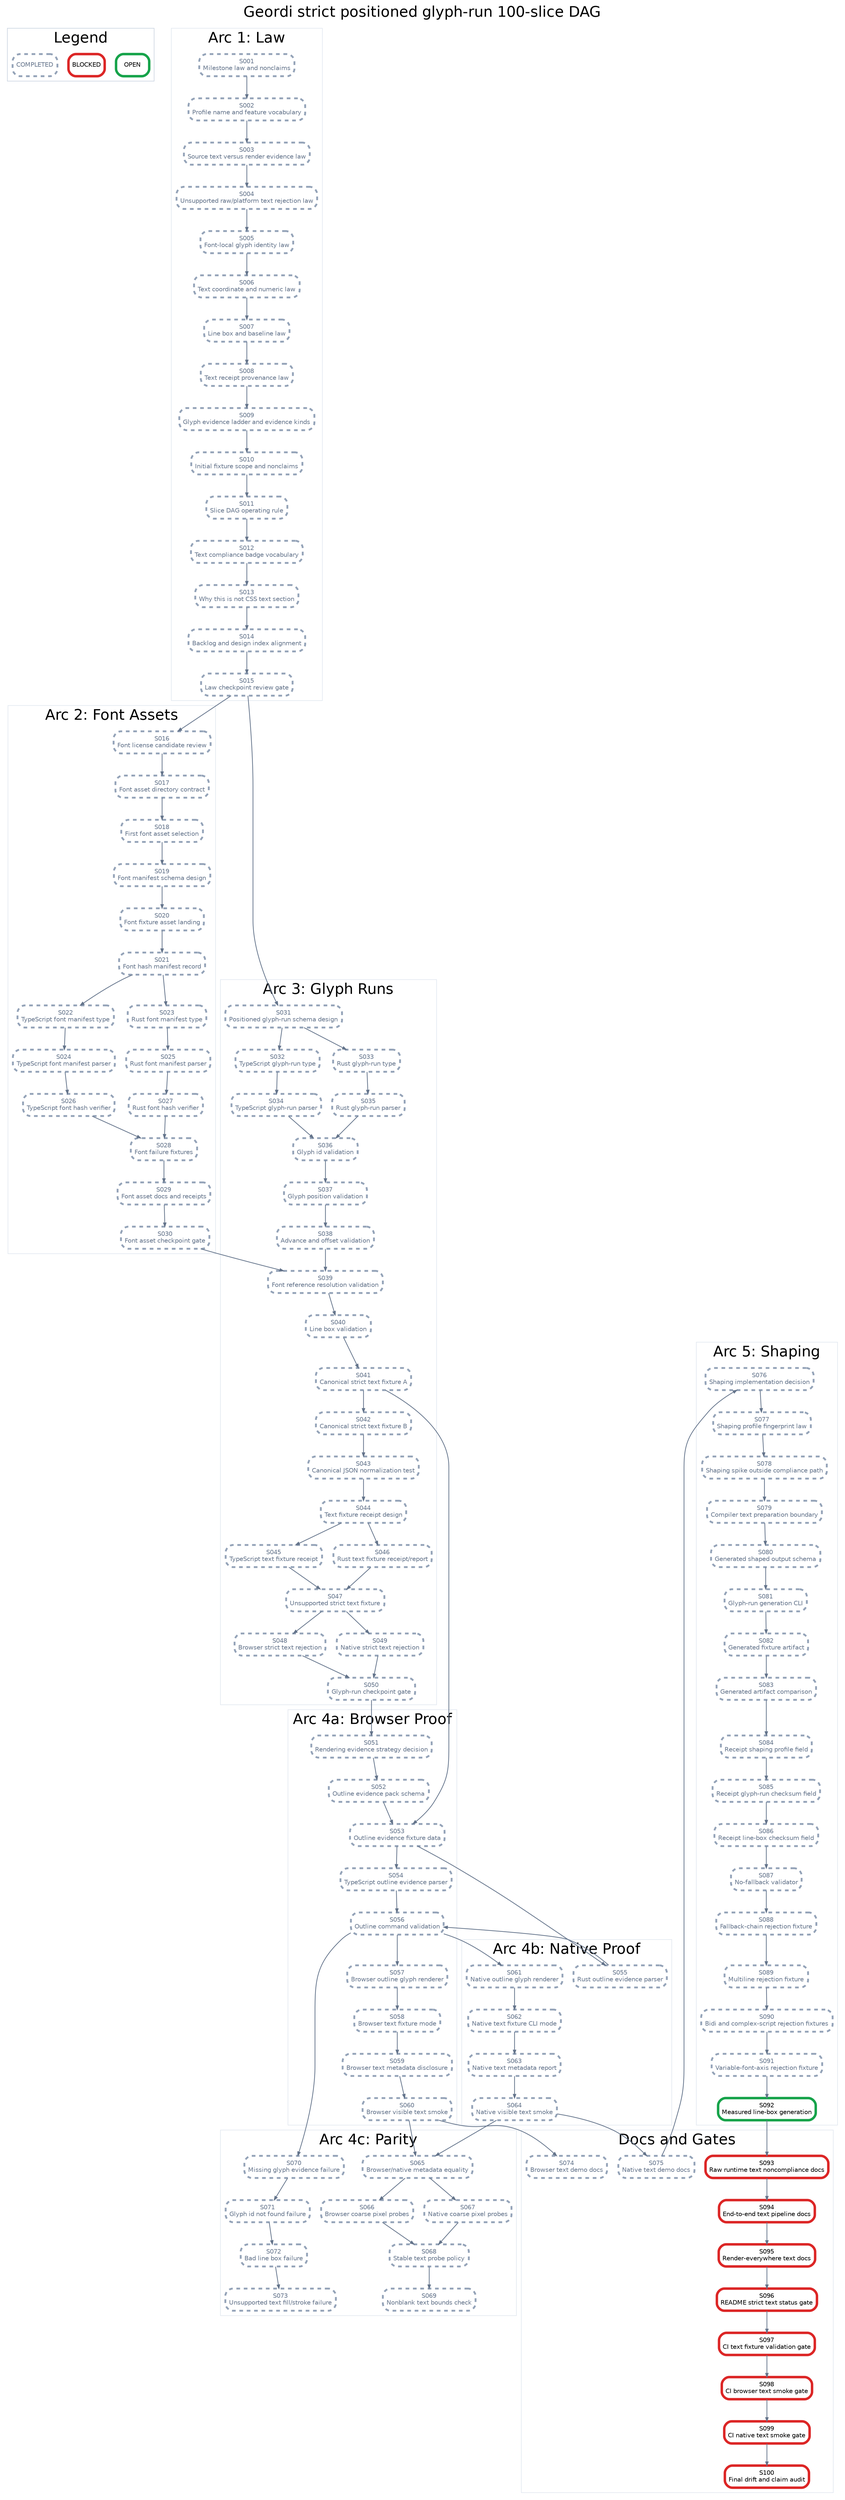
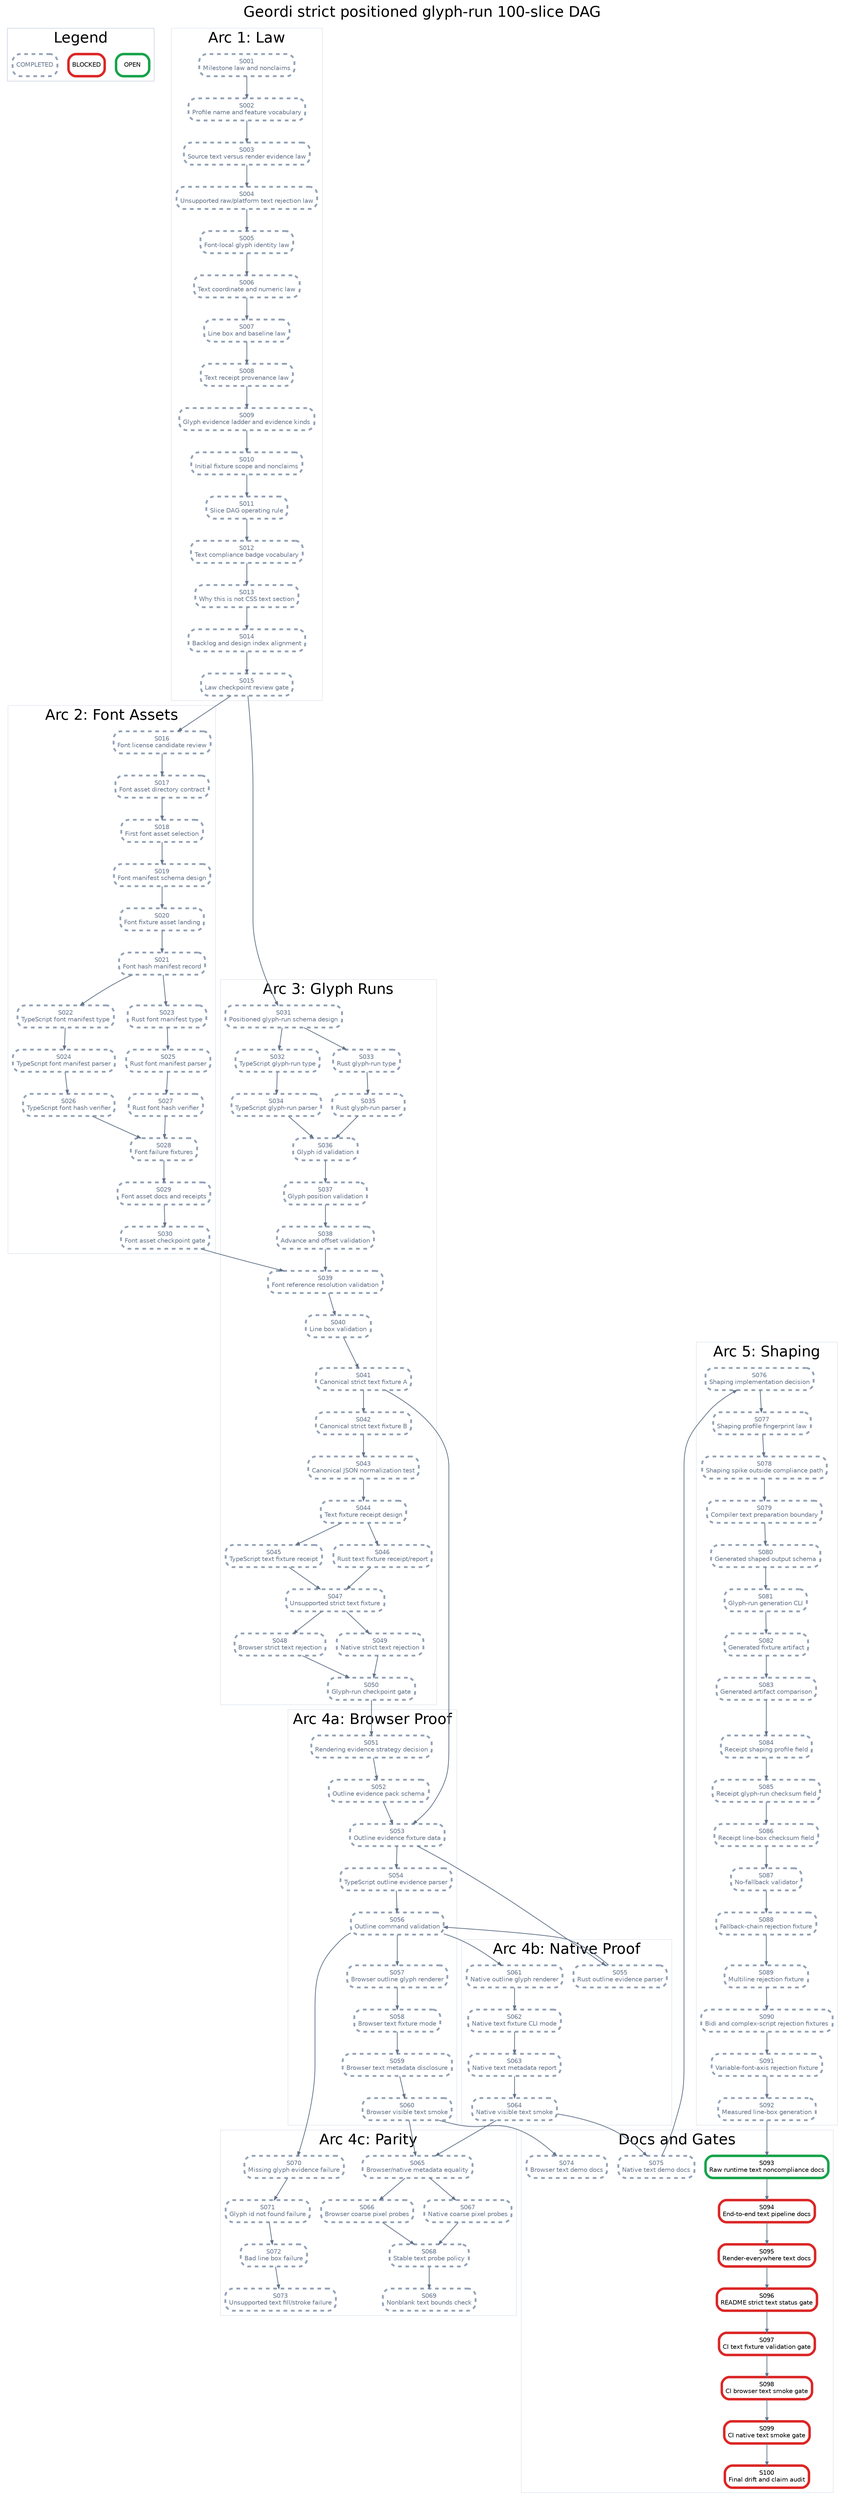
digraph StrictPositionedGlyphRunPlan {
  graph [rankdir=TB, bgcolor="white", fontname="Helvetica", label="Geordi strict positioned glyph-run 100-slice DAG", labelloc="t", fontsize=24];
  node [shape=box, style="rounded,filled", fillcolor="white", fontname="Helvetica", fontsize=10, margin="0.08,0.05"];
  edge [color="#64748b", arrowsize=0.6, penwidth=1.2];

  subgraph cluster_legend {
    label="Legend";
    color="#cbd5e1";
    legend_open [label="OPEN", color="#16a34a", penwidth=4];
    legend_blocked [label="BLOCKED", color="#dc2626", penwidth=4];
    legend_done [label="COMPLETED", color="#94a3b8", penwidth=3, style="rounded,filled,dashed", fontcolor="#64748b"];
  }

  subgraph cluster_law {
    label="Arc 1: Law";
    color="#e2e8f0";
    S001 [label="S001\nMilestone law and nonclaims", color="#94a3b8", penwidth=3, style="rounded,filled,dashed", fontcolor="#64748b"];
    S002 [label="S002\nProfile name and feature vocabulary", color="#94a3b8", penwidth=3, style="rounded,filled,dashed", fontcolor="#64748b"];
    S003 [label="S003\nSource text versus render evidence law", color="#94a3b8", penwidth=3, style="rounded,filled,dashed", fontcolor="#64748b"];
    S004 [label="S004\nUnsupported raw/platform text rejection law", color="#94a3b8", penwidth=3, style="rounded,filled,dashed", fontcolor="#64748b"];
    S005 [label="S005\nFont-local glyph identity law", color="#94a3b8", penwidth=3, style="rounded,filled,dashed", fontcolor="#64748b"];
    S006 [label="S006\nText coordinate and numeric law", color="#94a3b8", penwidth=3, style="rounded,filled,dashed", fontcolor="#64748b"];
    S007 [label="S007\nLine box and baseline law", color="#94a3b8", penwidth=3, style="rounded,filled,dashed", fontcolor="#64748b"];
    S008 [label="S008\nText receipt provenance law", color="#94a3b8", penwidth=3, style="rounded,filled,dashed", fontcolor="#64748b"];
    S009 [label="S009\nGlyph evidence ladder and evidence kinds", color="#94a3b8", penwidth=3, style="rounded,filled,dashed", fontcolor="#64748b"];
    S010 [label="S010\nInitial fixture scope and nonclaims", color="#94a3b8", penwidth=3, style="rounded,filled,dashed", fontcolor="#64748b"];
    S011 [label="S011\nSlice DAG operating rule", color="#94a3b8", penwidth=3, style="rounded,filled,dashed", fontcolor="#64748b"];
    S012 [label="S012\nText compliance badge vocabulary", color="#94a3b8", penwidth=3, style="rounded,filled,dashed", fontcolor="#64748b"];
    S013 [label="S013\nWhy this is not CSS text section", color="#94a3b8", penwidth=3, style="rounded,filled,dashed", fontcolor="#64748b"];
    S014 [label="S014\nBacklog and design index alignment", color="#94a3b8", penwidth=3, style="rounded,filled,dashed", fontcolor="#64748b"];
    S015 [label="S015\nLaw checkpoint review gate", color="#94a3b8", penwidth=3, style="rounded,filled,dashed", fontcolor="#64748b"];
  }

  subgraph cluster_assets {
    label="Arc 2: Font Assets";
    color="#e2e8f0";
    S016 [label="S016\nFont license candidate review", color="#94a3b8", penwidth=3, style="rounded,filled,dashed", fontcolor="#64748b"];
    S017 [label="S017\nFont asset directory contract", color="#94a3b8", penwidth=3, style="rounded,filled,dashed", fontcolor="#64748b"];
    S018 [label="S018\nFirst font asset selection", color="#94a3b8", penwidth=3, style="rounded,filled,dashed", fontcolor="#64748b"];
    S019 [label="S019\nFont manifest schema design", color="#94a3b8", penwidth=3, style="rounded,filled,dashed", fontcolor="#64748b"];
    S020 [label="S020\nFont fixture asset landing", color="#94a3b8", penwidth=3, style="rounded,filled,dashed", fontcolor="#64748b"];
    S021 [label="S021\nFont hash manifest record", color="#94a3b8", penwidth=3, style="rounded,filled,dashed", fontcolor="#64748b"];
    S022 [label="S022\nTypeScript font manifest type", color="#94a3b8", penwidth=3, style="rounded,filled,dashed", fontcolor="#64748b"];
    S023 [label="S023\nRust font manifest type", color="#94a3b8", penwidth=3, style="rounded,filled,dashed", fontcolor="#64748b"];
    S024 [label="S024\nTypeScript font manifest parser", color="#94a3b8", penwidth=3, style="rounded,filled,dashed", fontcolor="#64748b"];
    S025 [label="S025\nRust font manifest parser", color="#94a3b8", penwidth=3, style="rounded,filled,dashed", fontcolor="#64748b"];
    S026 [label="S026\nTypeScript font hash verifier", color="#94a3b8", penwidth=3, style="rounded,filled,dashed", fontcolor="#64748b"];
    S027 [label="S027\nRust font hash verifier", color="#94a3b8", penwidth=3, style="rounded,filled,dashed", fontcolor="#64748b"];
    S028 [label="S028\nFont failure fixtures", color="#94a3b8", penwidth=3, style="rounded,filled,dashed", fontcolor="#64748b"];
    S029 [label="S029\nFont asset docs and receipts", color="#94a3b8", penwidth=3, style="rounded,filled,dashed", fontcolor="#64748b"];
    S030 [label="S030\nFont asset checkpoint gate", color="#94a3b8", penwidth=3, style="rounded,filled,dashed", fontcolor="#64748b"];
  }

  subgraph cluster_glyph {
    label="Arc 3: Glyph Runs";
    color="#e2e8f0";
    S031 [label="S031\nPositioned glyph-run schema design", color="#94a3b8", penwidth=3, style="rounded,filled,dashed", fontcolor="#64748b"];
    S032 [label="S032\nTypeScript glyph-run type", color="#94a3b8", penwidth=3, style="rounded,filled,dashed", fontcolor="#64748b"];
    S033 [label="S033\nRust glyph-run type", color="#94a3b8", penwidth=3, style="rounded,filled,dashed", fontcolor="#64748b"];
    S034 [label="S034\nTypeScript glyph-run parser", color="#94a3b8", penwidth=3, style="rounded,filled,dashed", fontcolor="#64748b"];
    S035 [label="S035\nRust glyph-run parser", color="#94a3b8", penwidth=3, style="rounded,filled,dashed", fontcolor="#64748b"];
    S036 [label="S036\nGlyph id validation", color="#94a3b8", penwidth=3, style="rounded,filled,dashed", fontcolor="#64748b"];
    S037 [label="S037\nGlyph position validation", color="#94a3b8", penwidth=3, style="rounded,filled,dashed", fontcolor="#64748b"];
    S038 [label="S038\nAdvance and offset validation", color="#94a3b8", penwidth=3, style="rounded,filled,dashed", fontcolor="#64748b"];
    S039 [label="S039\nFont reference resolution validation", color="#94a3b8", penwidth=3, style="rounded,filled,dashed", fontcolor="#64748b"];
    S040 [label="S040\nLine box validation", color="#94a3b8", penwidth=3, style="rounded,filled,dashed", fontcolor="#64748b"];
    S041 [label="S041\nCanonical strict text fixture A", color="#94a3b8", penwidth=3, style="rounded,filled,dashed", fontcolor="#64748b"];
    S042 [label="S042\nCanonical strict text fixture B", color="#94a3b8", penwidth=3, style="rounded,filled,dashed", fontcolor="#64748b"];
    S043 [label="S043\nCanonical JSON normalization test", color="#94a3b8", penwidth=3, style="rounded,filled,dashed", fontcolor="#64748b"];
    S044 [label="S044\nText fixture receipt design", color="#94a3b8", penwidth=3, style="rounded,filled,dashed", fontcolor="#64748b"];
    S045 [label="S045\nTypeScript text fixture receipt", color="#94a3b8", penwidth=3, style="rounded,filled,dashed", fontcolor="#64748b"];
    S046 [label="S046\nRust text fixture receipt/report", color="#94a3b8", penwidth=3, style="rounded,filled,dashed", fontcolor="#64748b"];
    S047 [label="S047\nUnsupported strict text fixture", color="#94a3b8", penwidth=3, style="rounded,filled,dashed", fontcolor="#64748b"];
    S048 [label="S048\nBrowser strict text rejection", color="#94a3b8", penwidth=3, style="rounded,filled,dashed", fontcolor="#64748b"];
    S049 [label="S049\nNative strict text rejection", color="#94a3b8", penwidth=3, style="rounded,filled,dashed", fontcolor="#64748b"];
    S050 [label="S050\nGlyph-run checkpoint gate", color="#94a3b8", penwidth=3, style="rounded,filled,dashed", fontcolor="#64748b"];
  }

  subgraph cluster_browser {
    label="Arc 4a: Browser Proof";
    color="#e2e8f0";
    S051 [label="S051\nRendering evidence strategy decision", color="#94a3b8", penwidth=3, style="rounded,filled,dashed", fontcolor="#64748b"];
    S052 [label="S052\nOutline evidence pack schema", color="#94a3b8", penwidth=3, style="rounded,filled,dashed", fontcolor="#64748b"];
    S053 [label="S053\nOutline evidence fixture data", color="#94a3b8", penwidth=3, style="rounded,filled,dashed", fontcolor="#64748b"];
    S054 [label="S054\nTypeScript outline evidence parser", color="#94a3b8", penwidth=3, style="rounded,filled,dashed", fontcolor="#64748b"];
    S056 [label="S056\nOutline command validation", color="#94a3b8", penwidth=3, style="rounded,filled,dashed", fontcolor="#64748b"];
    S057 [label="S057\nBrowser outline glyph renderer", color="#94a3b8", penwidth=3, style="rounded,filled,dashed", fontcolor="#64748b"];
    S058 [label="S058\nBrowser text fixture mode", color="#94a3b8", penwidth=3, style="rounded,filled,dashed", fontcolor="#64748b"];
    S059 [label="S059\nBrowser text metadata disclosure", color="#94a3b8", penwidth=3, style="rounded,filled,dashed", fontcolor="#64748b"];
    S060 [label="S060\nBrowser visible text smoke", color="#94a3b8", penwidth=3, style="rounded,filled,dashed", fontcolor="#64748b"];
  }

  subgraph cluster_native {
    label="Arc 4b: Native Proof";
    color="#e2e8f0";
    S055 [label="S055\nRust outline evidence parser", color="#94a3b8", penwidth=3, style="rounded,filled,dashed", fontcolor="#64748b"];
    S061 [label="S061\nNative outline glyph renderer", color="#94a3b8", penwidth=3, style="rounded,filled,dashed", fontcolor="#64748b"];
    S062 [label="S062\nNative text fixture CLI mode", color="#94a3b8", penwidth=3, style="rounded,filled,dashed", fontcolor="#64748b"];
    S063 [label="S063\nNative text metadata report", color="#94a3b8", penwidth=3, style="rounded,filled,dashed", fontcolor="#64748b"];
    S064 [label="S064\nNative visible text smoke", color="#94a3b8", penwidth=3, style="rounded,filled,dashed", fontcolor="#64748b"];
  }

  subgraph cluster_parity {
    label="Arc 4c: Parity";
    color="#e2e8f0";
    S065 [label="S065\nBrowser/native metadata equality", color="#94a3b8", penwidth=3, style="rounded,filled,dashed", fontcolor="#64748b"];
    S066 [label="S066\nBrowser coarse pixel probes", color="#94a3b8", penwidth=3, style="rounded,filled,dashed", fontcolor="#64748b"];
    S067 [label="S067\nNative coarse pixel probes", color="#94a3b8", penwidth=3, style="rounded,filled,dashed", fontcolor="#64748b"];
    S068 [label="S068\nStable text probe policy", color="#94a3b8", penwidth=3, style="rounded,filled,dashed", fontcolor="#64748b"];
    S069 [label="S069\nNonblank text bounds check", color="#94a3b8", penwidth=3, style="rounded,filled,dashed", fontcolor="#64748b"];
    S070 [label="S070\nMissing glyph evidence failure", color="#94a3b8", penwidth=3, style="rounded,filled,dashed", fontcolor="#64748b"];
    S071 [label="S071\nGlyph id not found failure", color="#94a3b8", penwidth=3, style="rounded,filled,dashed", fontcolor="#64748b"];
    S072 [label="S072\nBad line box failure", color="#94a3b8", penwidth=3, style="rounded,filled,dashed", fontcolor="#64748b"];
    S073 [label="S073\nUnsupported text fill/stroke failure", color="#94a3b8", penwidth=3, style="rounded,filled,dashed", fontcolor="#64748b"];
  }

  subgraph cluster_shaping {
    label="Arc 5: Shaping";
    color="#e2e8f0";
    S076 [label="S076\nShaping implementation decision", color="#94a3b8", penwidth=3, style="rounded,filled,dashed", fontcolor="#64748b"];
    S077 [label="S077\nShaping profile fingerprint law", color="#94a3b8", penwidth=3, style="rounded,filled,dashed", fontcolor="#64748b"];
    S078 [label="S078\nShaping spike outside compliance path", color="#94a3b8", penwidth=3, style="rounded,filled,dashed", fontcolor="#64748b"];
    S079 [label="S079\nCompiler text preparation boundary", color="#94a3b8", penwidth=3, style="rounded,filled,dashed", fontcolor="#64748b"];
    S080 [label="S080\nGenerated shaped output schema", color="#94a3b8", penwidth=3, style="rounded,filled,dashed", fontcolor="#64748b"];
    S081 [label="S081\nGlyph-run generation CLI", color="#94a3b8", penwidth=3, style="rounded,filled,dashed", fontcolor="#64748b"];
    S082 [label="S082\nGenerated fixture artifact", color="#94a3b8", penwidth=3, style="rounded,filled,dashed", fontcolor="#64748b"];
    S083 [label="S083\nGenerated artifact comparison", color="#94a3b8", penwidth=3, style="rounded,filled,dashed", fontcolor="#64748b"];
    S084 [label="S084\nReceipt shaping profile field", color="#94a3b8", penwidth=3, style="rounded,filled,dashed", fontcolor="#64748b"];
    S085 [label="S085\nReceipt glyph-run checksum field", color="#94a3b8", penwidth=3, style="rounded,filled,dashed", fontcolor="#64748b"];
    S086 [label="S086\nReceipt line-box checksum field", color="#94a3b8", penwidth=3, style="rounded,filled,dashed", fontcolor="#64748b"];
    S087 [label="S087\nNo-fallback validator", color="#94a3b8", penwidth=3, style="rounded,filled,dashed", fontcolor="#64748b"];
    S088 [label="S088\nFallback-chain rejection fixture", color="#94a3b8", penwidth=3, style="rounded,filled,dashed", fontcolor="#64748b"];
    S089 [label="S089\nMultiline rejection fixture", color="#94a3b8", penwidth=3, style="rounded,filled,dashed", fontcolor="#64748b"];
    S090 [label="S090\nBidi and complex-script rejection fixtures", color="#94a3b8", penwidth=3, style="rounded,filled,dashed", fontcolor="#64748b"];
    S091 [label="S091\nVariable-font-axis rejection fixture", color="#94a3b8", penwidth=3, style="rounded,filled,dashed", fontcolor="#64748b"];
-     S092 [label="S092\nMeasured line-box generation", color="#16a34a", penwidth=4];
+     S092 [label="S092\nMeasured line-box generation", color="#94a3b8", penwidth=3, style="rounded,filled,dashed", fontcolor="#64748b"];
  }

  subgraph cluster_docs {
    label="Docs and Gates";
    color="#e2e8f0";
    S074 [label="S074\nBrowser text demo docs", color="#94a3b8", penwidth=3, style="rounded,filled,dashed", fontcolor="#64748b"];
    S075 [label="S075\nNative text demo docs", color="#94a3b8", penwidth=3, style="rounded,filled,dashed", fontcolor="#64748b"];
-     S093 [label="S093\nRaw runtime text noncompliance docs", color="#dc2626", penwidth=4];
+     S093 [label="S093\nRaw runtime text noncompliance docs", color="#16a34a", penwidth=4];
    S094 [label="S094\nEnd-to-end text pipeline docs", color="#dc2626", penwidth=4];
    S095 [label="S095\nRender-everywhere text docs", color="#dc2626", penwidth=4];
    S096 [label="S096\nREADME strict text status gate", color="#dc2626", penwidth=4];
    S097 [label="S097\nCI text fixture validation gate", color="#dc2626", penwidth=4];
    S098 [label="S098\nCI browser text smoke gate", color="#dc2626", penwidth=4];
    S099 [label="S099\nCI native text smoke gate", color="#dc2626", penwidth=4];
    S100 [label="S100\nFinal drift and claim audit", color="#dc2626", penwidth=4];
  }

  S001 -> S002;
  S002 -> S003;
  S003 -> S004;
  S004 -> S005;
  S005 -> S006;
  S006 -> S007;
  S007 -> S008;
  S008 -> S009;
  S009 -> S010;
  S010 -> S011;
  S011 -> S012;
  S012 -> S013;
  S013 -> S014;
  S014 -> S015;
  S015 -> S016;
  S016 -> S017;
  S017 -> S018;
  S018 -> S019;
  S019 -> S020;
  S020 -> S021;
  S021 -> S022;
  S021 -> S023;
  S022 -> S024;
  S023 -> S025;
  S024 -> S026;
  S025 -> S027;
  S026 -> S028;
  S027 -> S028;
  S028 -> S029;
  S029 -> S030;
  S015 -> S031;
  S031 -> S032;
  S031 -> S033;
  S032 -> S034;
  S033 -> S035;
  S034 -> S036;
  S035 -> S036;
  S036 -> S037;
  S037 -> S038;
  S038 -> S039;
  S039 -> S040;
  S030 -> S039;
  S040 -> S041;
  S041 -> S042;
  S042 -> S043;
  S043 -> S044;
  S044 -> S045;
  S044 -> S046;
  S045 -> S047;
  S046 -> S047;
  S047 -> S048;
  S047 -> S049;
  S048 -> S050;
  S049 -> S050;
  S050 -> S051;
  S051 -> S052;
  S052 -> S053;
  S041 -> S053;
  S053 -> S054;
  S053 -> S055;
  S054 -> S056;
  S055 -> S056;
  S056 -> S057;
  S057 -> S058;
  S058 -> S059;
  S059 -> S060;
  S056 -> S061;
  S061 -> S062;
  S062 -> S063;
  S063 -> S064;
  S060 -> S065;
  S064 -> S065;
  S065 -> S066;
  S065 -> S067;
  S066 -> S068;
  S067 -> S068;
  S068 -> S069;
  S056 -> S070;
  S070 -> S071;
  S071 -> S072;
  S072 -> S073;
  S060 -> S074;
  S064 -> S075;
  S075 -> S076;
  S076 -> S077;
  S077 -> S078;
  S078 -> S079;
  S079 -> S080;
  S080 -> S081;
  S081 -> S082;
  S082 -> S083;
  S083 -> S084;
  S084 -> S085;
  S085 -> S086;
  S086 -> S087;
  S087 -> S088;
  S088 -> S089;
  S089 -> S090;
  S090 -> S091;
  S091 -> S092;
  S092 -> S093;
  S093 -> S094;
  S094 -> S095;
  S095 -> S096;
  S096 -> S097;
  S097 -> S098;
  S098 -> S099;
  S099 -> S100;
}
